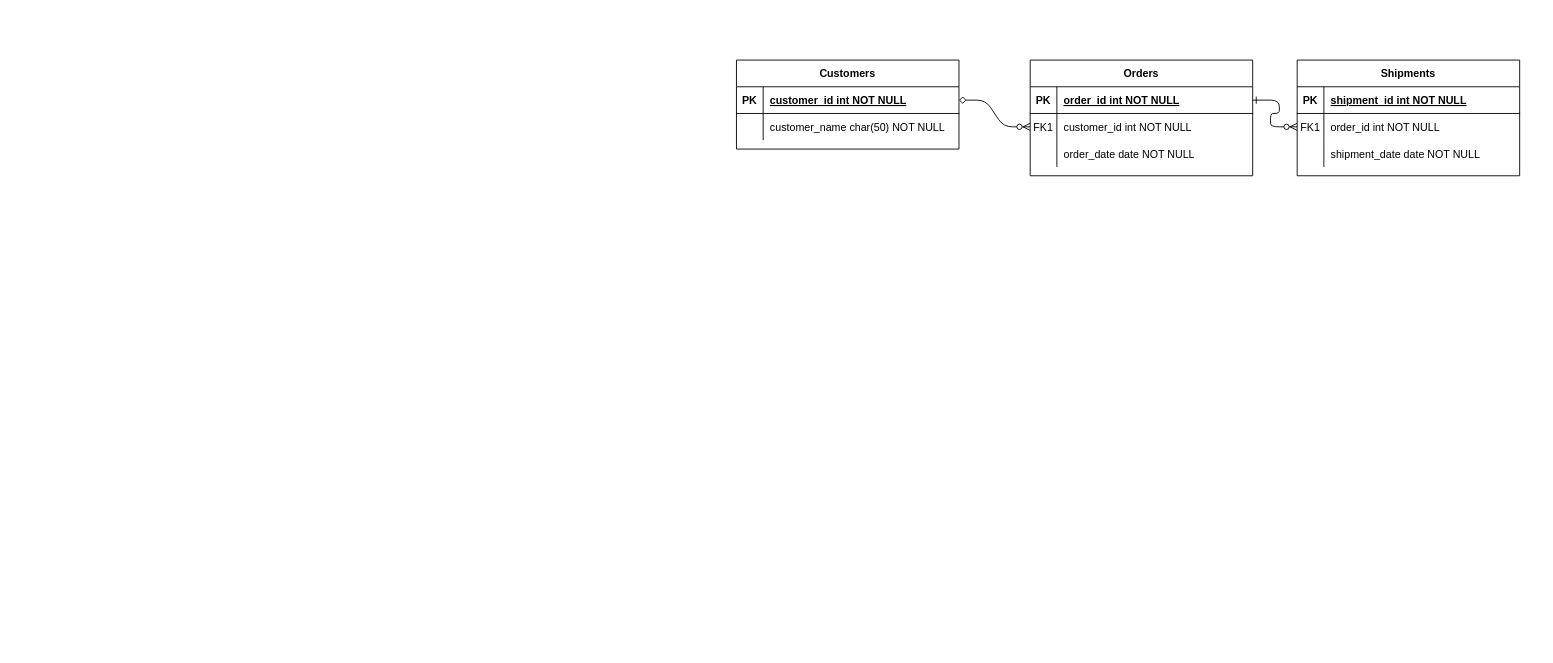
Before: Gifts.drawio in Pib0di/diagramms, a draw.io diagram. Source tidied: cells renumbered, new cells numbered last; positions are measured from the earlier drawing's top-left corner, leaving out a move shared by most shapes. Both pictures are drawn from the tidied source at 89%, with x=0, y=0 at pixel (736, 60).
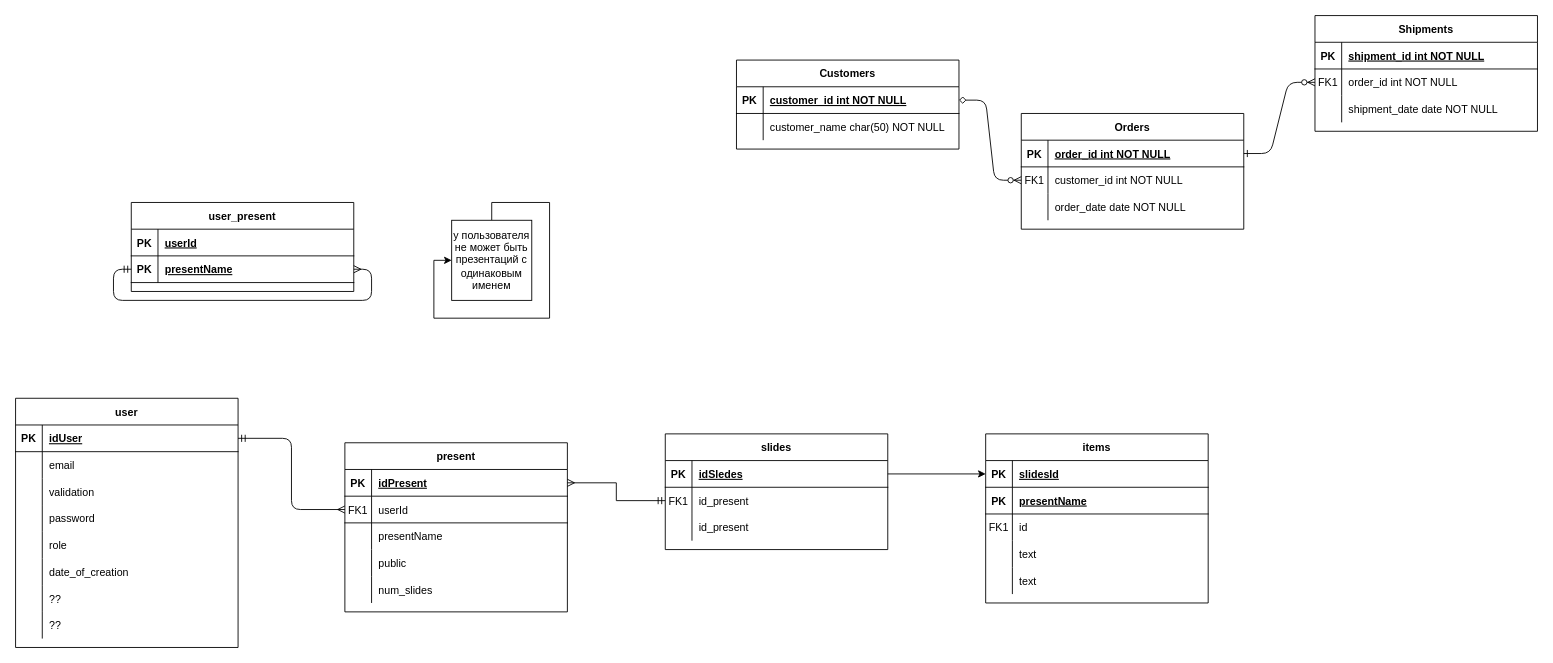
Above is the later version.

Diff of the diagram source:
```diff
@@
     <mxCell id="4" value="Orders" style="shape=table;startSize=30;childLayout=tableLayout;rowLines=0;fontStyle=1;align=center;" parent="1" vertex="1">
-      <mxGeometry x="330" width="250" height="130" as="geometry" />
+      <mxGeometry x="320" y="60" width="250" height="130" as="geometry" />
     </mxCell>
@@
     <mxCell id="14" value="Shipments" style="shape=table;startSize=30;childLayout=tableLayout;rowLines=0;fontStyle=1;align=center;" parent="1" vertex="1">
-      <mxGeometry x="630" width="250" height="130" as="geometry" />
+      <mxGeometry x="650" y="-50" width="250" height="130" as="geometry" />
     </mxCell>
@@
+    <mxCell id="31" value="items" style="shape=table;startSize=30;childLayout=tableLayout;rowLines=0;fontStyle=1;align=center;" parent="1" vertex="1">
+      <mxGeometry x="280" y="420" width="250" height="190" as="geometry" />
+    </mxCell>
+    <mxCell id="32" style="shape=partialRectangle;fillColor=none;points=[[0,0.5],[1,0.5]];portConstraint=eastwest;top=0;left=0;right=0;bottom=1;" parent="31" vertex="1">
+      <mxGeometry y="30" width="250" height="30" as="geometry" />
+    </mxCell>
+    <mxCell id="33" value="PK" style="shape=partialRectangle;overflow=hidden;fillColor=none;top=0;left=0;bottom=0;right=0;fontStyle=1;" parent="32" vertex="1">
+      <mxGeometry width="30" height="30" as="geometry" />
+    </mxCell>
+    <mxCell id="34" value="slidesId" style="shape=partialRectangle;overflow=hidden;fillColor=none;top=0;left=0;bottom=0;right=0;align=left;spacingLeft=6;fontStyle=5;" parent="32" vertex="1">
+      <mxGeometry x="30" width="220" height="30" as="geometry" />
+    </mxCell>
+    <mxCell id="35" style="shape=partialRectangle;fillColor=none;top=0;left=0;right=0;bottom=1;" parent="31" vertex="1">
+      <mxGeometry y="60" width="250" height="30" as="geometry" />
+    </mxCell>
+    <mxCell id="36" value="PK" style="shape=partialRectangle;overflow=hidden;fillColor=none;top=0;left=0;bottom=0;right=0;fontStyle=1;" parent="35" vertex="1">
+      <mxGeometry width="30" height="30" as="geometry" />
+    </mxCell>
+    <mxCell id="37" value="presentName" style="shape=partialRectangle;overflow=hidden;fillColor=none;top=0;left=0;bottom=0;right=0;align=left;spacingLeft=6;fontStyle=5;" parent="35" vertex="1">
+      <mxGeometry x="30" width="220" height="30" as="geometry" />
+    </mxCell>
+    <mxCell id="38" style="shape=partialRectangle;fillColor=none;top=0;left=0;right=0;bottom=0;" parent="31" vertex="1">
+      <mxGeometry y="90" width="250" height="30" as="geometry" />
+    </mxCell>
+    <mxCell id="39" value="FK1" style="shape=partialRectangle;overflow=hidden;fillColor=none;top=0;left=0;bottom=0;right=0;" parent="38" vertex="1">
+      <mxGeometry width="30" height="30" as="geometry" />
+    </mxCell>
+    <mxCell id="40" value="id" style="shape=partialRectangle;overflow=hidden;fillColor=none;top=0;left=0;bottom=0;right=0;align=left;spacingLeft=6;" parent="38" vertex="1">
+      <mxGeometry x="30" width="220" height="30" as="geometry" />
+    </mxCell>
+    <mxCell id="41" style="shape=partialRectangle;fillColor=none;top=0;left=0;right=0;bottom=0;" parent="31" vertex="1">
+      <mxGeometry y="120" width="250" height="30" as="geometry" />
+    </mxCell>
+    <mxCell id="42" style="shape=partialRectangle;overflow=hidden;fillColor=none;top=0;left=0;bottom=0;right=0;" parent="41" vertex="1">
+      <mxGeometry width="30" height="30" as="geometry" />
+    </mxCell>
+    <mxCell id="43" value="text " style="shape=partialRectangle;overflow=hidden;fillColor=none;top=0;left=0;bottom=0;right=0;align=left;spacingLeft=6;" parent="41" vertex="1">
+      <mxGeometry x="30" width="220" height="30" as="geometry" />
+    </mxCell>
+    <mxCell id="44" style="shape=partialRectangle;fillColor=none;top=0;left=0;right=0;bottom=0;" parent="31" vertex="1">
+      <mxGeometry y="150" width="250" height="30" as="geometry" />
+    </mxCell>
+    <mxCell id="45" style="shape=partialRectangle;overflow=hidden;fillColor=none;top=0;left=0;bottom=0;right=0;" parent="44" vertex="1">
+      <mxGeometry width="30" height="30" as="geometry" />
+    </mxCell>
+    <mxCell id="46" value="text " style="shape=partialRectangle;overflow=hidden;fillColor=none;top=0;left=0;bottom=0;right=0;align=left;spacingLeft=6;" parent="44" vertex="1">
+      <mxGeometry x="30" width="220" height="30" as="geometry" />
+    </mxCell>
+    <mxCell id="47" value="slides" style="shape=table;startSize=30;childLayout=tableLayout;rowLines=0;fontStyle=1;align=center;" parent="1" vertex="1">
+      <mxGeometry x="-80" y="420" width="250" height="130" as="geometry" />
+    </mxCell>
+    <mxCell id="48" style="shape=partialRectangle;fillColor=none;points=[[0,0.5],[1,0.5]];portConstraint=eastwest;top=0;left=0;right=0;bottom=1;" parent="47" vertex="1">
+      <mxGeometry y="30" width="250" height="30" as="geometry" />
+    </mxCell>
+    <mxCell id="49" value="PK" style="shape=partialRectangle;overflow=hidden;fillColor=none;top=0;left=0;bottom=0;right=0;fontStyle=1;" parent="48" vertex="1">
+      <mxGeometry width="30" height="30" as="geometry" />
+    </mxCell>
+    <mxCell id="50" value="idSledes" style="shape=partialRectangle;overflow=hidden;fillColor=none;top=0;left=0;bottom=0;right=0;align=left;spacingLeft=6;fontStyle=5;" parent="48" vertex="1">
+      <mxGeometry x="30" width="220" height="30" as="geometry" />
+    </mxCell>
+    <mxCell id="51" style="shape=partialRectangle;fillColor=none;points=[[0,0.5],[1,0.5]];portConstraint=eastwest;top=0;left=0;right=0;bottom=0;" parent="47" vertex="1">
+      <mxGeometry y="60" width="250" height="30" as="geometry" />
+    </mxCell>
+    <mxCell id="52" value="FK1" style="shape=partialRectangle;overflow=hidden;fillColor=none;top=0;left=0;bottom=0;right=0;" parent="51" vertex="1">
+      <mxGeometry width="30" height="30" as="geometry" />
+    </mxCell>
+    <mxCell id="53" value="id_present" style="shape=partialRectangle;overflow=hidden;fillColor=none;top=0;left=0;bottom=0;right=0;align=left;spacingLeft=6;" parent="51" vertex="1">
+      <mxGeometry x="30" width="220" height="30" as="geometry" />
+    </mxCell>
+    <mxCell id="54" style="shape=partialRectangle;fillColor=none;top=0;left=0;right=0;bottom=0;" parent="47" vertex="1">
+      <mxGeometry y="90" width="250" height="30" as="geometry" />
+    </mxCell>
+    <mxCell id="55" style="shape=partialRectangle;overflow=hidden;fillColor=none;top=0;left=0;bottom=0;right=0;" parent="54" vertex="1">
+      <mxGeometry width="30" height="30" as="geometry" />
+    </mxCell>
+    <mxCell id="56" value="id_present" style="shape=partialRectangle;overflow=hidden;fillColor=none;top=0;left=0;bottom=0;right=0;align=left;spacingLeft=6;" parent="54" vertex="1">
+      <mxGeometry x="30" width="220" height="30" as="geometry" />
+    </mxCell>
+    <mxCell id="57" value="present" style="shape=table;startSize=30;childLayout=tableLayout;rowLines=0;fontStyle=1;align=center;" parent="1" vertex="1">
+      <mxGeometry x="-440" y="430" width="250" height="190" as="geometry" />
+    </mxCell>
+    <mxCell id="58" style="shape=partialRectangle;fillColor=none;points=[[0,0.5],[1,0.5]];portConstraint=eastwest;top=0;left=0;right=0;bottom=1;" parent="57" vertex="1">
+      <mxGeometry y="30" width="250" height="30" as="geometry" />
+    </mxCell>
+    <mxCell id="59" value="PK" style="shape=partialRectangle;overflow=hidden;fillColor=none;top=0;left=0;bottom=0;right=0;fontStyle=1;" parent="58" vertex="1">
+      <mxGeometry width="30" height="30" as="geometry" />
+    </mxCell>
+    <mxCell id="60" value="idPresent" style="shape=partialRectangle;overflow=hidden;fillColor=none;top=0;left=0;bottom=0;right=0;align=left;spacingLeft=6;fontStyle=5;" parent="58" vertex="1">
+      <mxGeometry x="30" width="220" height="30" as="geometry" />
+    </mxCell>
+    <mxCell id="61" style="shape=partialRectangle;fillColor=none;points=[[0,0.5],[1,0.5]];portConstraint=eastwest;top=0;left=0;right=0;bottom=1;" parent="57" vertex="1">
+      <mxGeometry y="60" width="250" height="30" as="geometry" />
+    </mxCell>
+    <mxCell id="62" value="FK1" style="shape=partialRectangle;overflow=hidden;fillColor=none;top=0;left=0;bottom=0;right=0;fontStyle=0;" parent="61" vertex="1">
+      <mxGeometry width="30" height="30" as="geometry" />
+    </mxCell>
+    <mxCell id="63" value="userId" style="shape=partialRectangle;overflow=hidden;fillColor=none;top=0;left=0;bottom=0;right=0;align=left;spacingLeft=6;fontStyle=0;" parent="61" vertex="1">
+      <mxGeometry x="30" width="220" height="30" as="geometry" />
+    </mxCell>
+    <mxCell id="64" style="shape=partialRectangle;fillColor=none;top=0;left=0;right=0;bottom=0;" parent="57" vertex="1">
+      <mxGeometry y="90" width="250" height="30" as="geometry" />
+    </mxCell>
+    <mxCell id="65" style="shape=partialRectangle;overflow=hidden;fillColor=none;top=0;left=0;bottom=0;right=0;" parent="64" vertex="1">
+      <mxGeometry width="30" height="30" as="geometry" />
+    </mxCell>
+    <mxCell id="66" value="presentName" style="shape=partialRectangle;overflow=hidden;fillColor=none;top=0;left=0;bottom=0;right=0;align=left;spacingLeft=6;" parent="64" vertex="1">
+      <mxGeometry x="30" width="220" height="30" as="geometry" />
+    </mxCell>
+    <mxCell id="67" style="shape=partialRectangle;fillColor=none;top=0;left=0;right=0;bottom=0;" parent="57" vertex="1">
+      <mxGeometry y="120" width="250" height="30" as="geometry" />
+    </mxCell>
+    <mxCell id="68" style="shape=partialRectangle;overflow=hidden;fillColor=none;top=0;left=0;bottom=0;right=0;" parent="67" vertex="1">
+      <mxGeometry width="30" height="30" as="geometry" />
+    </mxCell>
+    <mxCell id="69" value="public" style="shape=partialRectangle;overflow=hidden;fillColor=none;top=0;left=0;bottom=0;right=0;align=left;spacingLeft=6;" parent="67" vertex="1">
+      <mxGeometry x="30" width="220" height="30" as="geometry" />
+    </mxCell>
+    <mxCell id="70" style="shape=partialRectangle;fillColor=none;top=0;left=0;right=0;bottom=0;" parent="57" vertex="1">
+      <mxGeometry y="150" width="250" height="30" as="geometry" />
+    </mxCell>
+    <mxCell id="71" style="shape=partialRectangle;overflow=hidden;fillColor=none;top=0;left=0;bottom=0;right=0;" parent="70" vertex="1">
+      <mxGeometry width="30" height="30" as="geometry" />
+    </mxCell>
+    <mxCell id="72" value="num_slides" style="shape=partialRectangle;overflow=hidden;fillColor=none;top=0;left=0;bottom=0;right=0;align=left;spacingLeft=6;" parent="70" vertex="1">
+      <mxGeometry x="30" width="220" height="30" as="geometry" />
+    </mxCell>
+    <mxCell id="73" style="edgeStyle=orthogonalEdgeStyle;rounded=0;jettySize=auto;html=1;entryX=0;entryY=0.5;entryDx=0;entryDy=0;" parent="1" edge="1" source="48" target="32">
+      <mxGeometry relative="1" as="geometry" />
+    </mxCell>
+    <mxCell id="74" style="edgeStyle=orthogonalEdgeStyle;rounded=0;orthogonalLoop=1;jettySize=auto;html=1;entryX=0;entryY=0.5;entryDx=0;entryDy=0;" parent="1" edge="1" source="75" target="75">
+      <mxGeometry relative="1" as="geometry" />
+    </mxCell>
+    <mxCell id="75" value="у пользователя не может быть презентаций с одинаковым именем" style="whiteSpace=wrap;html=1;" parent="1" vertex="1">
+      <mxGeometry x="-320" y="180" width="90" height="90" as="geometry" />
+    </mxCell>
+    <mxCell id="76" value="user" style="shape=table;startSize=30;childLayout=tableLayout;rowLines=0;fontStyle=1;align=center;" parent="1" vertex="1">
+      <mxGeometry x="-810" y="380" width="250" height="280" as="geometry" />
+    </mxCell>
+    <mxCell id="77" style="shape=partialRectangle;fillColor=none;points=[[0,0.5],[1,0.5]];portConstraint=eastwest;top=0;left=0;right=0;bottom=1;" parent="76" vertex="1">
+      <mxGeometry y="30" width="250" height="30" as="geometry" />
+    </mxCell>
+    <mxCell id="78" value="PK" style="shape=partialRectangle;overflow=hidden;fillColor=none;top=0;left=0;bottom=0;right=0;fontStyle=1;" parent="77" vertex="1">
+      <mxGeometry width="30" height="30" as="geometry" />
+    </mxCell>
+    <mxCell id="79" value="idUser" style="shape=partialRectangle;overflow=hidden;fillColor=none;top=0;left=0;bottom=0;right=0;align=left;spacingLeft=6;fontStyle=5;" parent="77" vertex="1">
+      <mxGeometry x="30" width="220" height="30" as="geometry" />
+    </mxCell>
+    <mxCell id="80" style="shape=partialRectangle;fillColor=none;top=0;left=0;right=0;bottom=0;" parent="76" vertex="1">
+      <mxGeometry y="60" width="250" height="30" as="geometry" />
+    </mxCell>
+    <mxCell id="81" style="shape=partialRectangle;overflow=hidden;fillColor=none;top=0;left=0;bottom=0;right=0;" parent="80" vertex="1">
+      <mxGeometry width="30" height="30" as="geometry" />
+    </mxCell>
+    <mxCell id="82" value="email" style="shape=partialRectangle;overflow=hidden;fillColor=none;top=0;left=0;bottom=0;right=0;align=left;spacingLeft=6;" parent="80" vertex="1">
+      <mxGeometry x="30" width="220" height="30" as="geometry" />
+    </mxCell>
+    <mxCell id="83" style="shape=partialRectangle;fillColor=none;top=0;left=0;right=0;bottom=0;" parent="76" vertex="1">
+      <mxGeometry y="90" width="250" height="30" as="geometry" />
+    </mxCell>
+    <mxCell id="84" style="shape=partialRectangle;overflow=hidden;fillColor=none;top=0;left=0;bottom=0;right=0;" parent="83" vertex="1">
+      <mxGeometry width="30" height="30" as="geometry" />
+    </mxCell>
+    <mxCell id="85" value="validation" style="shape=partialRectangle;overflow=hidden;fillColor=none;top=0;left=0;bottom=0;right=0;align=left;spacingLeft=6;" parent="83" vertex="1">
+      <mxGeometry x="30" width="220" height="30" as="geometry" />
+    </mxCell>
+    <mxCell id="86" style="shape=partialRectangle;fillColor=none;top=0;left=0;right=0;bottom=0;" parent="76" vertex="1">
+      <mxGeometry y="120" width="250" height="30" as="geometry" />
+    </mxCell>
+    <mxCell id="87" style="shape=partialRectangle;overflow=hidden;fillColor=none;top=0;left=0;bottom=0;right=0;" parent="86" vertex="1">
+      <mxGeometry width="30" height="30" as="geometry" />
+    </mxCell>
+    <mxCell id="88" value="password" style="shape=partialRectangle;overflow=hidden;fillColor=none;top=0;left=0;bottom=0;right=0;align=left;spacingLeft=6;" parent="86" vertex="1">
+      <mxGeometry x="30" width="220" height="30" as="geometry" />
+    </mxCell>
+    <mxCell id="89" style="shape=partialRectangle;fillColor=none;top=0;left=0;right=0;bottom=0;" parent="76" vertex="1">
+      <mxGeometry y="150" width="250" height="30" as="geometry" />
+    </mxCell>
+    <mxCell id="90" style="shape=partialRectangle;overflow=hidden;fillColor=none;top=0;left=0;bottom=0;right=0;" parent="89" vertex="1">
+      <mxGeometry width="30" height="30" as="geometry" />
+    </mxCell>
+    <mxCell id="91" value="role" style="shape=partialRectangle;overflow=hidden;fillColor=none;top=0;left=0;bottom=0;right=0;align=left;spacingLeft=6;" parent="89" vertex="1">
+      <mxGeometry x="30" width="220" height="30" as="geometry" />
+    </mxCell>
+    <mxCell id="92" style="shape=partialRectangle;fillColor=none;top=0;left=0;right=0;bottom=0;" parent="76" vertex="1">
+      <mxGeometry y="180" width="250" height="30" as="geometry" />
+    </mxCell>
+    <mxCell id="93" style="shape=partialRectangle;overflow=hidden;fillColor=none;top=0;left=0;bottom=0;right=0;" parent="92" vertex="1">
+      <mxGeometry width="30" height="30" as="geometry" />
+    </mxCell>
+    <mxCell id="94" value="datе_of_creation" style="shape=partialRectangle;overflow=hidden;fillColor=none;top=0;left=0;bottom=0;right=0;align=left;spacingLeft=6;" parent="92" vertex="1">
+      <mxGeometry x="30" width="220" height="30" as="geometry" />
+    </mxCell>
+    <mxCell id="95" style="shape=partialRectangle;fillColor=none;top=0;left=0;right=0;bottom=0;" parent="76" vertex="1">
+      <mxGeometry y="210" width="250" height="30" as="geometry" />
+    </mxCell>
+    <mxCell id="96" style="shape=partialRectangle;overflow=hidden;fillColor=none;top=0;left=0;bottom=0;right=0;" parent="95" vertex="1">
+      <mxGeometry width="30" height="30" as="geometry" />
+    </mxCell>
+    <mxCell id="97" value="??" style="shape=partialRectangle;overflow=hidden;fillColor=none;top=0;left=0;bottom=0;right=0;align=left;spacingLeft=6;" parent="95" vertex="1">
+      <mxGeometry x="30" width="220" height="30" as="geometry" />
+    </mxCell>
+    <mxCell id="98" style="shape=partialRectangle;fillColor=none;top=0;left=0;right=0;bottom=0;" parent="76" vertex="1">
+      <mxGeometry y="240" width="250" height="30" as="geometry" />
+    </mxCell>
+    <mxCell id="99" style="shape=partialRectangle;overflow=hidden;fillColor=none;top=0;left=0;bottom=0;right=0;" parent="98" vertex="1">
+      <mxGeometry width="30" height="30" as="geometry" />
+    </mxCell>
+    <mxCell id="100" value="??" style="shape=partialRectangle;overflow=hidden;fillColor=none;top=0;left=0;bottom=0;right=0;align=left;spacingLeft=6;" parent="98" vertex="1">
+      <mxGeometry x="30" width="220" height="30" as="geometry" />
+    </mxCell>
+    <mxCell id="101" style="edgeStyle=orthogonalEdgeStyle;rounded=1;jettySize=auto;html=1;startArrow=ERmandOne;startFill=0;endArrow=ERmany;endFill=0;entryX=0;entryY=0.5;entryDx=0;entryDy=0;" parent="1" edge="1" source="77" target="61">
+      <mxGeometry relative="1" as="geometry" />
+    </mxCell>
+    <mxCell id="102" value="user_present" style="shape=table;startSize=30;childLayout=tableLayout;rowLines=0;fontStyle=1;align=center;" parent="1" vertex="1">
+      <mxGeometry x="-680" y="160" width="250" height="100" as="geometry" />
+    </mxCell>
+    <mxCell id="103" style="shape=partialRectangle;fillColor=none;top=0;left=0;right=0;bottom=1;" parent="102" vertex="1">
+      <mxGeometry y="30" width="250" height="30" as="geometry" />
+    </mxCell>
+    <mxCell id="104" value="PK" style="shape=partialRectangle;overflow=hidden;fillColor=none;top=0;left=0;bottom=0;right=0;fontStyle=1;" parent="103" vertex="1">
+      <mxGeometry width="30" height="30" as="geometry" />
+    </mxCell>
+    <mxCell id="105" value="userId" style="shape=partialRectangle;overflow=hidden;fillColor=none;top=0;left=0;bottom=0;right=0;align=left;spacingLeft=6;fontStyle=5;" parent="103" vertex="1">
+      <mxGeometry x="30" width="220" height="30" as="geometry" />
+    </mxCell>
+    <mxCell id="106" style="shape=partialRectangle;fillColor=none;points=[[0,0.5],[1,0.5]];portConstraint=eastwest;top=0;left=0;right=0;bottom=1;" parent="102" vertex="1">
+      <mxGeometry y="60" width="250" height="30" as="geometry" />
+    </mxCell>
+    <mxCell id="107" value="PK" style="shape=partialRectangle;overflow=hidden;fillColor=none;top=0;left=0;bottom=0;right=0;fontStyle=1;" parent="106" vertex="1">
+      <mxGeometry width="30" height="30" as="geometry" />
+    </mxCell>
+    <mxCell id="108" value="presentName" style="shape=partialRectangle;overflow=hidden;fillColor=none;top=0;left=0;bottom=0;right=0;align=left;spacingLeft=6;fontStyle=5;" parent="106" vertex="1">
+      <mxGeometry x="30" width="220" height="30" as="geometry" />
+    </mxCell>
+    <mxCell id="109" style="edgeStyle=orthogonalEdgeStyle;rounded=1;orthogonalLoop=1;jettySize=auto;html=1;entryX=1;entryY=0.5;entryDx=0;entryDy=0;startArrow=ERmandOne;startFill=0;endArrow=ERmany;endFill=0;exitX=0;exitY=0.5;exitDx=0;exitDy=0;" parent="102" edge="1" source="106" target="106">
+      <mxGeometry relative="1" as="geometry" />
+    </mxCell>
+    <mxCell id="110" style="edgeStyle=orthogonalEdgeStyle;rounded=0;jettySize=auto;html=1;entryX=1;entryY=0.5;entryDx=0;entryDy=0;endArrow=ERmany;endFill=0;startArrow=ERmandOne;startFill=0;" parent="1" edge="1" source="51" target="58">
+      <mxGeometry relative="1" as="geometry" />
+    </mxCell>
```
